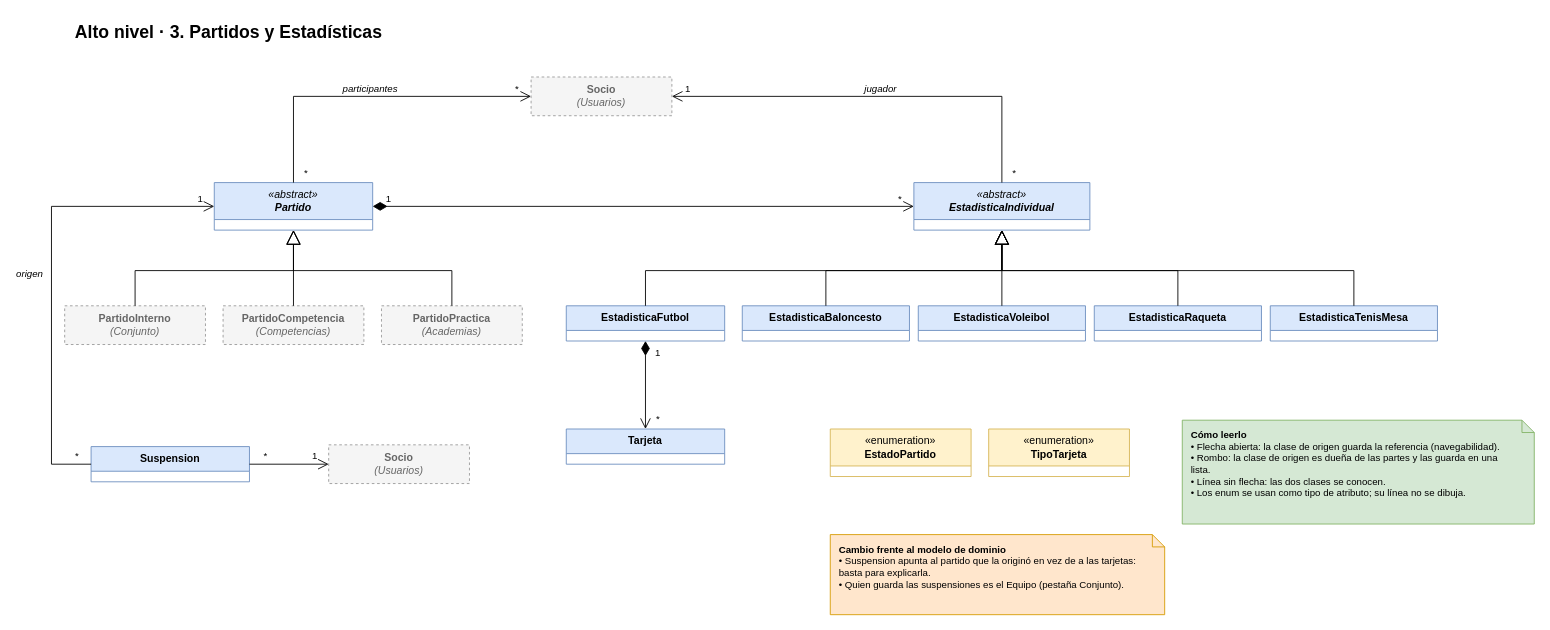
The draw.io diagram page "Alto nivel · 3. Partidos" (6 of 11) of Entrega_2/recursos/DiagramasDiseno.drawio in NIK25PR/Proyecto-1, before the edit. Source tidied: cells renumbered, new cells numbered last; positions are measured from the earlier drawing's top-left corner, leaving out a move shared by most shapes. Both pictures are drawn from the tidied source at 88%, with x=0, y=0 at pixel (51, 15).
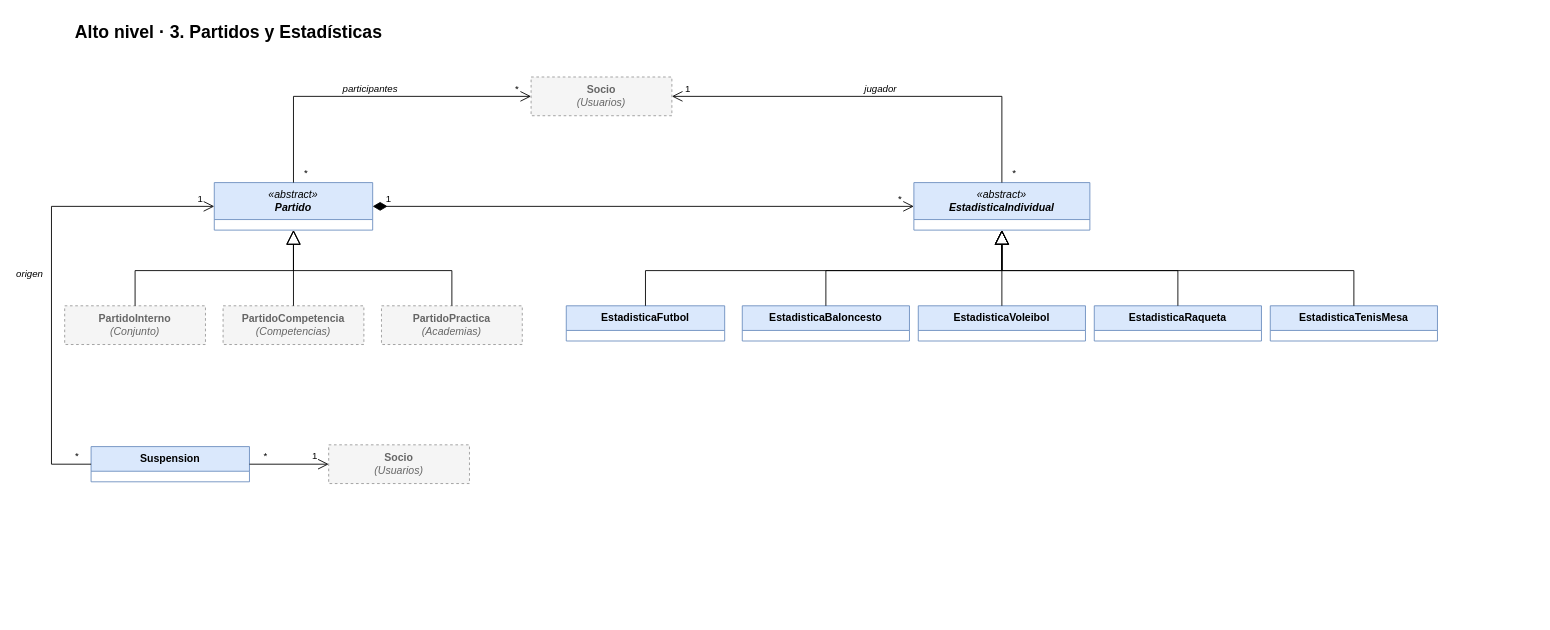
After the change.

Commit message (it also covers changes not shown here):
Implementacion de partidos, estadisticas y miembros de equipo

Unchanged cells that the change refers to:
```xml
<mxCell id="9" value="&lt;b&gt;EstadisticaFutbol&lt;/b&gt;" style="swimlane;fontStyle=0;align=center;verticalAlign=middle;horizontal=1;startSize=28;html=1;whiteSpace=wrap;fillColor=#dae8fc;strokeColor=#6c8ebf;" parent="1" vertex="1">
  <mxGeometry x="585" y="330" width="180" height="40" as="geometry" />
</mxCell>
```

Diff of the diagram source:
```diff
@@
-    <mxCell id="14" value="&lt;b&gt;Tarjeta&lt;/b&gt;" style="swimlane;fontStyle=0;align=center;verticalAlign=middle;horizontal=1;startSize=28;html=1;whiteSpace=wrap;fillColor=#dae8fc;strokeColor=#6c8ebf;" parent="1" vertex="1">
-      <mxGeometry x="585" y="470" width="180" height="40" as="geometry" />
-    </mxCell>
@@
-    <mxCell id="17" value="«enumeration»&lt;br&gt;&lt;b&gt;EstadoPartido&lt;/b&gt;" style="swimlane;fontStyle=0;align=center;verticalAlign=middle;horizontal=1;startSize=42;html=1;whiteSpace=wrap;fillColor=#fff2cc;strokeColor=#d6b656;" parent="1" vertex="1">
-      <mxGeometry x="885" y="470" width="160" height="54" as="geometry" />
-    </mxCell>
-    <mxCell id="18" value="«enumeration»&lt;br&gt;&lt;b&gt;TipoTarjeta&lt;/b&gt;" style="swimlane;fontStyle=0;align=center;verticalAlign=middle;horizontal=1;startSize=42;html=1;whiteSpace=wrap;fillColor=#fff2cc;strokeColor=#d6b656;" parent="1" vertex="1">
-      <mxGeometry x="1065" y="470" width="160" height="54" as="geometry" />
-    </mxCell>
@@
-    <mxCell id="38" style="edgeStyle=orthogonalEdgeStyle;rounded=0;html=1;jettySize=auto;startArrow=diamondThin;startFill=1;startSize=14;endArrow=open;endSize=10;exitX=0.5000;exitY=1.0000;exitDx=0;exitDy=0;entryX=0.5000;entryY=0.0000;entryDx=0;entryDy=0;" parent="1" edge="1" source="9" target="14">
-      <mxGeometry relative="1" as="geometry" />
-    </mxCell>
-    <mxCell id="39" value="1" style="edgeLabel;html=1;align=center;verticalAlign=middle;fontSize=11;" parent="38" vertex="1">
-      <mxGeometry x="-1" relative="1" as="geometry">
-        <mxPoint x="13" y="12" as="offset" />
-      </mxGeometry>
-    </mxCell>
-    <mxCell id="40" value="*" style="edgeLabel;html=1;align=center;verticalAlign=middle;fontSize=11;" parent="38" vertex="1">
-      <mxGeometry x="1" relative="1" as="geometry">
-        <mxPoint x="13" y="-12" as="offset" />
-      </mxGeometry>
-    </mxCell>
@@
-    <mxCell id="48" value="&lt;b&gt;Cómo leerlo&lt;/b&gt;&lt;br&gt;• Flecha abierta: la clase de origen guarda la referencia (navegabilidad).&lt;br&gt;• Rombo: la clase de origen es dueña de las partes y las guarda en una lista.&lt;br&gt;• Línea sin flecha: las dos clases se conocen.&lt;br&gt;• Los enum se usan como tipo de atributo; su línea no se dibuja." style="shape=note;whiteSpace=wrap;html=1;backgroundOutline=1;size=14;align=left;verticalAlign=top;spacingLeft=8;spacingTop=4;spacingRight=16;fontSize=11;fillColor=#d5e8d4;strokeColor=#82b366;" parent="1" vertex="1">
-      <mxGeometry x="1285" y="460" width="400" height="118" as="geometry" />
-    </mxCell>
-    <mxCell id="49" value="&lt;b&gt;Cambio frente al modelo de dominio&lt;/b&gt;&lt;br&gt;• Suspension apunta al partido que la originó en vez de a las tarjetas: basta para explicarla.&lt;br&gt;• Quien guarda las suspensiones es el Equipo (pestaña Conjunto)." style="shape=note;whiteSpace=wrap;html=1;backgroundOutline=1;size=14;align=left;verticalAlign=top;spacingLeft=8;spacingTop=4;spacingRight=16;fontSize=11;fillColor=#ffe6cc;strokeColor=#d79b00;" parent="1" vertex="1">
-      <mxGeometry x="885" y="590" width="380" height="91" as="geometry" />
-    </mxCell>
```
